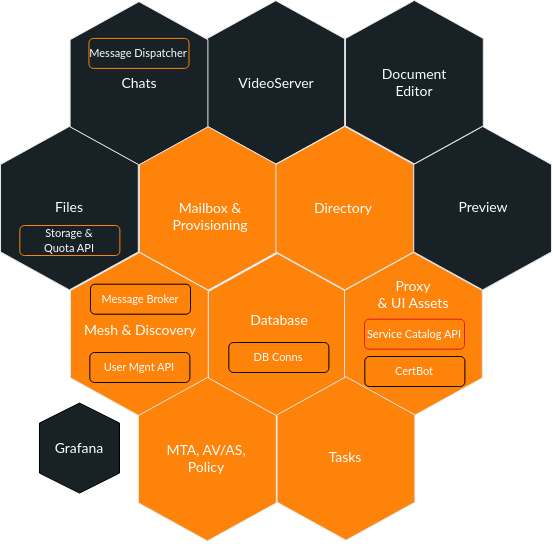
zextras/tech-doc keeps this draw.io diagram as source/img/carbonio/architecture_Carbonio_CE_v2.png. Above is the earlier version. Source tidied: cells renumbered, new cells last; positions are measured from the earlier drawing's top-left corner, leaving out a move shared by most shapes.
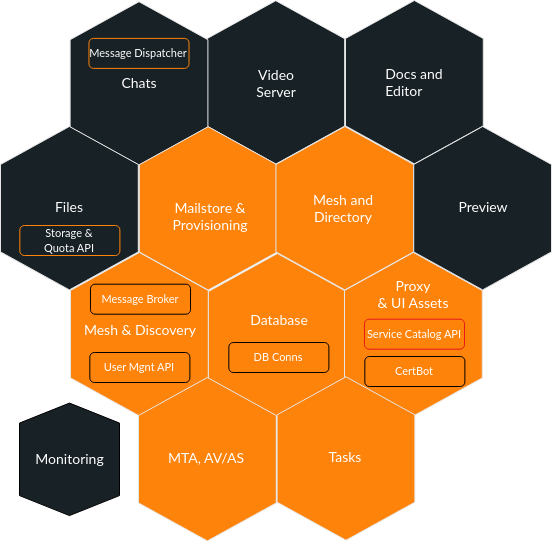
After the change.

Commit message:
[ZTD-1226] replace  architecture diagram (CE)

What changed in the source:
```diff
@@ -11,7 +11,7 @@
     <mxCell id="4" style="shape=hexagon;perimeter=hexagonPerimeter2;whiteSpace=wrap;html=1;fixedSize=1;size=38;fontStyle=0;rotation=90;strokeColor=#E6E6E6;fillColor=#182126;" parent="3" vertex="1">
       <mxGeometry x="-12.8" y="12.8" width="163.4" height="137.8" as="geometry" />
     </mxCell>
-    <mxCell id="5" value="&lt;font face=&quot;Lato&quot; style=&quot;color: rgb(255, 255, 255); font-size: 14px;&quot;&gt;VideoServer&lt;/font&gt;" style="text;html=1;align=center;verticalAlign=middle;whiteSpace=wrap;rounded=0;" parent="3" vertex="1">
+    <mxCell id="5" value="&lt;font face=&quot;Lato&quot; style=&quot;color: rgb(255, 255, 255); font-size: 14px;&quot;&gt;Video Server&lt;/font&gt;" style="text;html=1;align=center;verticalAlign=middle;whiteSpace=wrap;rounded=0;" parent="3" vertex="1">
       <mxGeometry x="39.4" y="67.7" width="60" height="30" as="geometry" />
     </mxCell>
     <mxCell id="6" style="group;" parent="1" vertex="1">
@@ -35,13 +35,13 @@
     <mxCell id="12" style="shape=hexagon;perimeter=hexagonPerimeter2;whiteSpace=wrap;html=1;fixedSize=1;size=38;fontStyle=0;rotation=90;strokeColor=#E6E6E6;fillColor=#FD830B;" parent="11" vertex="1">
       <mxGeometry x="-12.8" y="12.8" width="163.4" height="137.8" as="geometry" />
     </mxCell>
-    <mxCell id="13" value="&lt;font face=&quot;Lato&quot; style=&quot;color: rgb(255, 255, 255); font-size: 14px;&quot;&gt;Mailbox &amp;amp; Provisioning&lt;/font&gt;" style="text;html=1;align=center;verticalAlign=middle;whiteSpace=wrap;rounded=0;" parent="11" vertex="1">
+    <mxCell id="13" value="&lt;font face=&quot;Lato&quot; style=&quot;color: rgb(255, 255, 255); font-size: 14px;&quot;&gt;Mailstore &amp;amp; Provisioning&lt;/font&gt;" style="text;html=1;align=center;verticalAlign=middle;whiteSpace=wrap;rounded=0;" parent="11" vertex="1">
       <mxGeometry x="11" y="74.7" width="120" height="30" as="geometry" />
     </mxCell>
     <mxCell id="14" style="shape=hexagon;perimeter=hexagonPerimeter2;whiteSpace=wrap;html=1;fixedSize=1;size=38;fontStyle=0;rotation=90;strokeColor=#E6E6E6;fillColor=#182126;" parent="1" vertex="1">
       <mxGeometry x="345.2" y="12.8" width="163.4" height="137.8" as="geometry" />
     </mxCell>
-    <mxCell id="15" value="&lt;font face=&quot;Lato&quot; style=&quot;color: rgb(255, 255, 255); font-size: 14px;&quot;&gt;Document Editor&lt;/font&gt;" style="text;html=1;align=center;verticalAlign=middle;whiteSpace=wrap;rounded=0;" parent="1" vertex="1">
+    <mxCell id="15" value="&lt;font face=&quot;Lato&quot; style=&quot;color: rgb(255, 255, 255); font-size: 14px;&quot;&gt;Docs and Editor&lt;span style=&quot;white-space: pre;&quot;&gt;&#9;&lt;/span&gt;&lt;/font&gt;" style="text;html=1;align=center;verticalAlign=middle;whiteSpace=wrap;rounded=0;" parent="1" vertex="1">
       <mxGeometry x="397.4" y="66.7" width="60" height="30" as="geometry" />
     </mxCell>
     <mxCell id="16" style="group;" parent="1" vertex="1">
@@ -65,7 +65,7 @@
     <mxCell id="22" style="shape=hexagon;perimeter=hexagonPerimeter2;whiteSpace=wrap;html=1;fixedSize=1;size=38;fontStyle=0;rotation=90;strokeColor=#E6E6E6;fillColor=#FD830B;" parent="21" vertex="1">
       <mxGeometry x="-12.8" y="12.8" width="163.4" height="137.8" as="geometry" />
     </mxCell>
-    <mxCell id="23" value="&lt;font face=&quot;Lato&quot; style=&quot;color: rgb(255, 255, 255); font-size: 14px;&quot;&gt;Directory&lt;br&gt;&lt;/font&gt;" style="text;html=1;align=center;verticalAlign=middle;whiteSpace=wrap;rounded=0;" parent="21" vertex="1">
+    <mxCell id="23" value="&lt;font face=&quot;Lato&quot; style=&quot;color: rgb(255, 255, 255); font-size: 14px;&quot;&gt;Mesh and Directory&lt;br&gt;&lt;/font&gt;" style="text;html=1;align=center;verticalAlign=middle;whiteSpace=wrap;rounded=0;" parent="21" vertex="1">
       <mxGeometry x="8" y="66.7" width="120" height="30" as="geometry" />
     </mxCell>
     <mxCell id="24" style="group;" parent="1" vertex="1">
@@ -122,17 +122,17 @@
     <mxCell id="41" style="shape=hexagon;perimeter=hexagonPerimeter2;whiteSpace=wrap;html=1;fixedSize=1;size=38;fontStyle=0;rotation=90;strokeColor=#E6E6E6;fillColor=#FD830B;" parent="40" vertex="1">
       <mxGeometry x="-12.8" y="12.8" width="163.4" height="137.8" as="geometry" />
     </mxCell>
-    <mxCell id="42" value="&lt;font face=&quot;Lato&quot; color=&quot;#ffffff&quot;&gt;&lt;span style=&quot;font-size: 14px;&quot;&gt;MTA, AV/AS, &lt;br&gt;Policy&lt;/span&gt;&lt;/font&gt;" style="text;html=1;align=center;verticalAlign=middle;whiteSpace=wrap;rounded=0;" parent="40" vertex="1">
+    <mxCell id="42" value="&lt;font face=&quot;Lato&quot; color=&quot;#ffffff&quot;&gt;&lt;span style=&quot;font-size: 14px;&quot;&gt;MTA, AV/AS&lt;br&gt;&lt;/span&gt;&lt;/font&gt;" style="text;html=1;align=center;verticalAlign=middle;whiteSpace=wrap;rounded=0;" parent="40" vertex="1">
       <mxGeometry x="8" y="65.7" width="120" height="30" as="geometry" />
     </mxCell>
     <mxCell id="43" style="group;" parent="35" vertex="1">
-      <mxGeometry x="-30" y="150.6" width="80" height="90" as="geometry" />
+      <mxGeometry x="-50" y="150.6" width="100" height="112.5" as="geometry" />
     </mxCell>
     <mxCell id="44" style="shape=hexagon;perimeter=hexagonPerimeter2;whiteSpace=wrap;html=1;fixedSize=1;rotation=90;fillColor=#182126;" parent="43" vertex="1">
-      <mxGeometry x="-5" y="5" width="90" height="80" as="geometry" />
+      <mxGeometry x="-6.2" y="6.2" width="112.5" height="100" as="geometry" />
     </mxCell>
-    <mxCell id="45" value="&lt;font face=&quot;Lato&quot; style=&quot;color: rgb(255, 255, 255); font-size: 14px;&quot;&gt;Grafana&lt;/font&gt;" style="text;html=1;align=center;verticalAlign=middle;whiteSpace=wrap;rounded=0;" parent="43" vertex="1">
-      <mxGeometry x="10.8" y="30.4" width="58.3" height="29.2" as="geometry" />
+    <mxCell id="45" value="&lt;font face=&quot;Lato&quot; style=&quot;color: rgb(255, 255, 255); font-size: 14px;&quot;&gt;Monitoring&lt;/font&gt;" style="text;html=1;align=center;verticalAlign=middle;whiteSpace=wrap;rounded=0;" parent="43" vertex="1">
+      <mxGeometry x="13.5" y="38" width="72.9" height="36.5" as="geometry" />
     </mxCell>
     <mxCell id="46" style="group;" parent="1" vertex="1">
       <mxGeometry x="289.6" y="376.3" width="137.8" height="163.4" as="geometry" />
```
